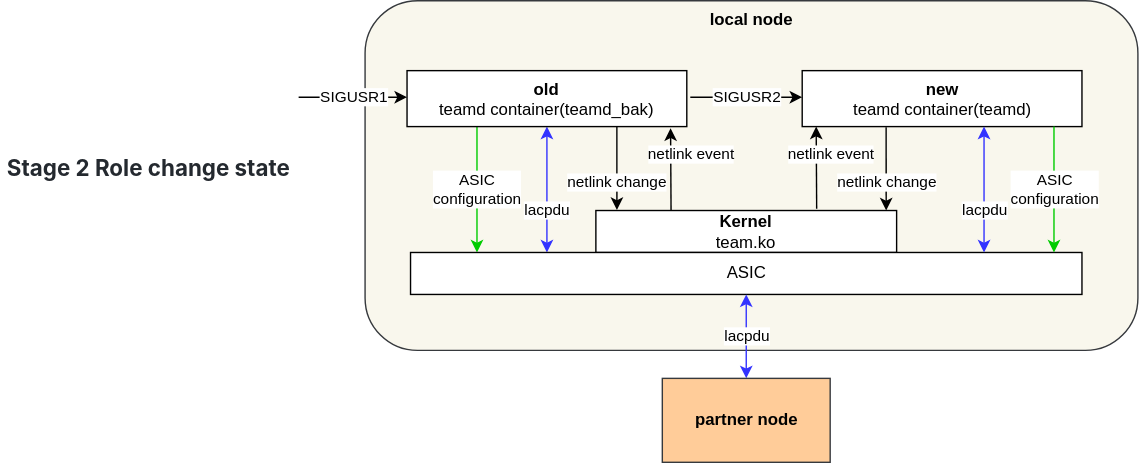
The draw.io diagram doc/lag/images/teamd_smooth_upgrade_module_interaction1.svg in sonic-net/SONiC, before a commit. Source tidied: cells renumbered, new cells last; positions are measured from the earlier drawing's top-left corner, leaving out a move shared by most shapes. The source it was exported from:
```xml
<mxGraphModel>
  <root>
    <mxCell id="0" />
    <mxCell id="1" parent="0" />
    <mxCell id="2" value="&lt;b&gt;local&amp;nbsp;node&lt;/b&gt;" style="rounded=1;whiteSpace=wrap;html=1;fillColor=#f9f7ed;strokeColor=#36393d;verticalAlign=top;" parent="1" vertex="1">
      <mxGeometry x="260" width="552.5" height="250" as="geometry" />
    </mxCell>
    <mxCell id="3" value="ASIC&lt;br&gt;configuration" style="rounded=0;jettySize=auto;html=1;exitX=0.25;exitY=1;exitDx=0;exitDy=0;strokeColor=#00CC00;" parent="1" edge="1" source="6">
      <mxGeometry relative="1" as="geometry">
        <mxPoint x="340" y="180" as="targetPoint" />
      </mxGeometry>
    </mxCell>
    <mxCell id="4" value="lacpdu" style="rounded=0;jettySize=auto;html=1;exitX=0.5;exitY=1;exitDx=0;exitDy=0;startArrow=classic;startFill=1;strokeColor=#3333FF;" parent="1" edge="1" source="6">
      <mxGeometry x="0.36" relative="1" as="geometry">
        <mxPoint x="390" y="180" as="targetPoint" />
        <mxPoint y="-1" as="offset" />
      </mxGeometry>
    </mxCell>
    <mxCell id="5" value="netlink change" style="rounded=0;jettySize=auto;html=1;exitX=0.75;exitY=1;exitDx=0;exitDy=0;entryX=0.07;entryY=-0.013;entryDx=0;entryDy=0;entryPerimeter=0;startArrow=none;startFill=0;strokeColor=#000000;" parent="1" edge="1" source="6" target="7">
      <mxGeometry x="0.33" relative="1" as="geometry" />
    </mxCell>
    <mxCell id="6" value="&lt;b&gt;old&lt;br&gt;&lt;/b&gt;teamd container(teamd_bak)" style="rounded=0;whiteSpace=wrap;html=1;verticalAlign=top;" parent="1" vertex="1">
      <mxGeometry x="290" y="50" width="200" height="40" as="geometry" />
    </mxCell>
    <mxCell id="7" value="&lt;b&gt;Kernel&lt;/b&gt;&lt;br&gt;team.ko" style="rounded=0;whiteSpace=wrap;html=1;" parent="1" vertex="1">
      <mxGeometry x="425" y="150" width="215" height="30" as="geometry" />
    </mxCell>
    <mxCell id="8" value="ASIC" style="rounded=0;whiteSpace=wrap;html=1;" parent="1" vertex="1">
      <mxGeometry x="292.5" y="180" width="480" height="30" as="geometry" />
    </mxCell>
    <mxCell id="9" value="lacpdu" style="edgeStyle=orthogonalEdgeStyle;rounded=0;jettySize=auto;html=1;exitX=0.5;exitY=0;exitDx=0;exitDy=0;entryX=0.5;entryY=1;entryDx=0;entryDy=0;startArrow=classic;startFill=1;strokeColor=#3333FF;" parent="1" edge="1" source="10" target="8">
      <mxGeometry relative="1" as="geometry" />
    </mxCell>
    <mxCell id="10" value="partner node" style="rounded=0;whiteSpace=wrap;html=1;fillColor=#ffcc99;strokeColor=#36393d;fontStyle=1;" parent="1" vertex="1">
      <mxGeometry x="472.5" y="270" width="120" height="60" as="geometry" />
    </mxCell>
    <mxCell id="11" value="netlink event" style="rounded=0;jettySize=auto;html=1;exitX=0.25;exitY=0;exitDx=0;exitDy=0;entryX=0.942;entryY=1.03;entryDx=0;entryDy=0;entryPerimeter=0;startArrow=none;startFill=0;strokeColor=#000000;" parent="1" edge="1" source="7" target="6">
      <mxGeometry x="0.36" y="-14" relative="1" as="geometry" />
    </mxCell>
    <mxCell id="12" value="&lt;b&gt;new&lt;br&gt;&lt;/b&gt;teamd container(teamd)" style="rounded=0;whiteSpace=wrap;html=1;verticalAlign=top;" parent="1" vertex="1">
      <mxGeometry x="572.5" y="50" width="200" height="40" as="geometry" />
    </mxCell>
    <mxCell id="13" value="netlink event" style="rounded=0;orthogonalLoop=1;jettySize=auto;html=1;exitX=0.25;exitY=0;exitDx=0;exitDy=0;entryX=0.942;entryY=1.03;entryDx=0;entryDy=0;entryPerimeter=0;startArrow=none;startFill=0;strokeColor=#000000;" parent="1" edge="1">
      <mxGeometry x="0.32" y="-10" relative="1" as="geometry">
        <mxPoint x="582.8" y="148.8" as="sourcePoint" />
        <mxPoint x="582.5" y="90" as="targetPoint" />
      </mxGeometry>
    </mxCell>
    <mxCell id="14" value="ASIC&lt;br&gt;configuration" style="rounded=0;orthogonalLoop=1;jettySize=auto;html=1;exitX=0.25;exitY=1;exitDx=0;exitDy=0;strokeColor=#00CC00;" parent="1" edge="1">
      <mxGeometry relative="1" as="geometry">
        <mxPoint x="752.5" y="90" as="sourcePoint" />
        <mxPoint x="752.5" y="180" as="targetPoint" />
      </mxGeometry>
    </mxCell>
    <mxCell id="15" value="lacpdu" style="rounded=0;orthogonalLoop=1;jettySize=auto;html=1;exitX=0.5;exitY=1;exitDx=0;exitDy=0;startArrow=classic;startFill=1;strokeColor=#3333FF;endArrow=classic;endFill=1;" parent="1" edge="1">
      <mxGeometry x="0.36" relative="1" as="geometry">
        <mxPoint x="702.5" y="90" as="sourcePoint" />
        <mxPoint x="702.5" y="180" as="targetPoint" />
        <mxPoint y="-1" as="offset" />
      </mxGeometry>
    </mxCell>
    <mxCell id="16" value="netlink change" style="rounded=0;orthogonalLoop=1;jettySize=auto;html=1;exitX=0.75;exitY=1;exitDx=0;exitDy=0;entryX=0.07;entryY=-0.013;entryDx=0;entryDy=0;entryPerimeter=0;startArrow=none;startFill=0;strokeColor=#000000;" parent="1" edge="1">
      <mxGeometry x="0.33" relative="1" as="geometry">
        <mxPoint x="632.5" y="90.4" as="sourcePoint" />
        <mxPoint x="632.6" y="150" as="targetPoint" />
      </mxGeometry>
    </mxCell>
    <mxCell id="17" value="&lt;h4 style=&quot;box-sizing: border-box; margin-top: 24px; margin-bottom: 16px; font-size: 16px; line-height: 1.25; color: rgb(36, 41, 47); font-family: -apple-system, BlinkMacSystemFont, &amp;quot;Segoe UI&amp;quot;, Helvetica, Arial, sans-serif, &amp;quot;Apple Color Emoji&amp;quot;, &amp;quot;Segoe UI Emoji&amp;quot;; text-align: start; background-color: rgb(255, 255, 255);&quot; dir=&quot;auto&quot;&gt;Stage 2 Role change&amp;nbsp;state&lt;/h4&gt;" style="text;html=1;align=center;verticalAlign=middle;strokeColor=none;fillColor=none;fontSize=17;fontColor=#FF3333;" parent="1" vertex="1">
      <mxGeometry y="80" width="210" height="70" as="geometry" />
    </mxCell>
    <mxCell id="18" value="SIGUSR1" style="rounded=0;orthogonalLoop=1;jettySize=auto;html=1;startArrow=none;startFill=0;strokeColor=#000000;" parent="1" edge="1">
      <mxGeometry relative="1" as="geometry">
        <mxPoint x="212.5" y="69" as="sourcePoint" />
        <mxPoint x="290" y="69" as="targetPoint" />
      </mxGeometry>
    </mxCell>
    <mxCell id="19" value="SIGUSR2" style="rounded=0;orthogonalLoop=1;jettySize=auto;html=1;startArrow=none;startFill=0;strokeColor=#000000;" parent="1" edge="1">
      <mxGeometry relative="1" as="geometry">
        <mxPoint x="492.5" y="69" as="sourcePoint" />
        <mxPoint x="572.5" y="69" as="targetPoint" />
      </mxGeometry>
    </mxCell>
  </root>
</mxGraphModel>
```
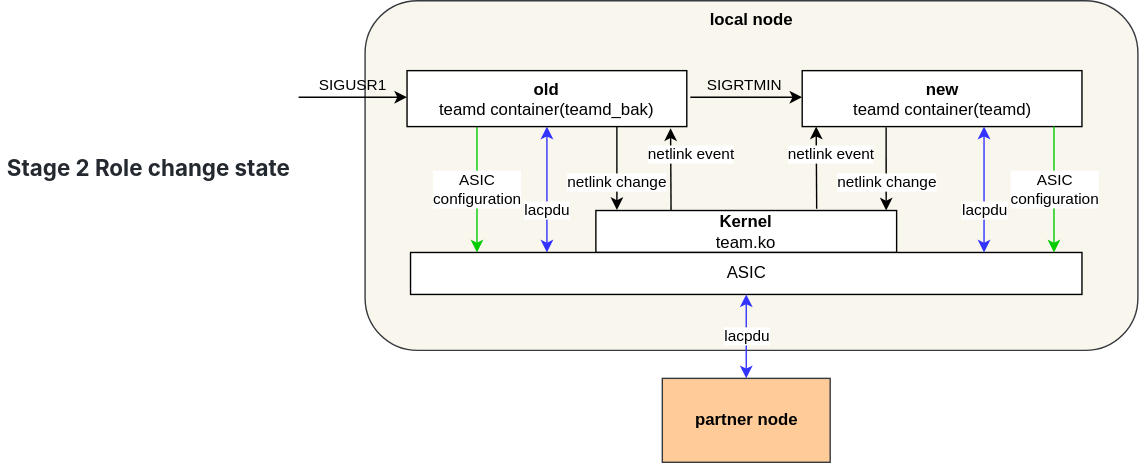
After the change.

What changed in the source:
```diff
@@ -68,16 +68,20 @@
     <mxCell id="17" value="&lt;h4 style=&quot;box-sizing: border-box; margin-top: 24px; margin-bottom: 16px; font-size: 16px; line-height: 1.25; color: rgb(36, 41, 47); font-family: -apple-system, BlinkMacSystemFont, &amp;quot;Segoe UI&amp;quot;, Helvetica, Arial, sans-serif, &amp;quot;Apple Color Emoji&amp;quot;, &amp;quot;Segoe UI Emoji&amp;quot;; text-align: start; background-color: rgb(255, 255, 255);&quot; dir=&quot;auto&quot;&gt;Stage 2 Role change&amp;nbsp;state&lt;/h4&gt;" style="text;html=1;align=center;verticalAlign=middle;strokeColor=none;fillColor=none;fontSize=17;fontColor=#FF3333;" parent="1" vertex="1">
       <mxGeometry y="80" width="210" height="70" as="geometry" />
     </mxCell>
-    <mxCell id="18" value="SIGUSR1" style="rounded=0;orthogonalLoop=1;jettySize=auto;html=1;startArrow=none;startFill=0;strokeColor=#000000;" parent="1" edge="1">
-      <mxGeometry relative="1" as="geometry">
+    <mxCell id="18" value="SIGUSR1" style="rounded=0;orthogonalLoop=1;jettySize=auto;html=1;startArrow=none;startFill=0;strokeColor=#000000;labelBackgroundColor=none;" parent="1" edge="1">
+      <mxGeometry x="-0.03" y="9" relative="1" as="geometry">
         <mxPoint x="212.5" y="69" as="sourcePoint" />
         <mxPoint x="290" y="69" as="targetPoint" />
+        <mxPoint x="1" as="offset" />
       </mxGeometry>
     </mxCell>
-    <mxCell id="19" value="SIGUSR2" style="rounded=0;orthogonalLoop=1;jettySize=auto;html=1;startArrow=none;startFill=0;strokeColor=#000000;" parent="1" edge="1">
-      <mxGeometry relative="1" as="geometry">
+    <mxCell id="19" value="SIGRTMIN" style="rounded=0;orthogonalLoop=1;jettySize=auto;html=1;startArrow=none;startFill=0;strokeColor=#000000;labelBackgroundColor=none;" parent="1" edge="1">
+      <mxGeometry x="-0.06" y="9" relative="1" as="geometry">
         <mxPoint x="492.5" y="69" as="sourcePoint" />
         <mxPoint x="572.5" y="69" as="targetPoint" />
+        <Array as="points">
+          <mxPoint x="530" y="69" />
+        </Array>
       </mxGeometry>
     </mxCell>
   </root>
```
